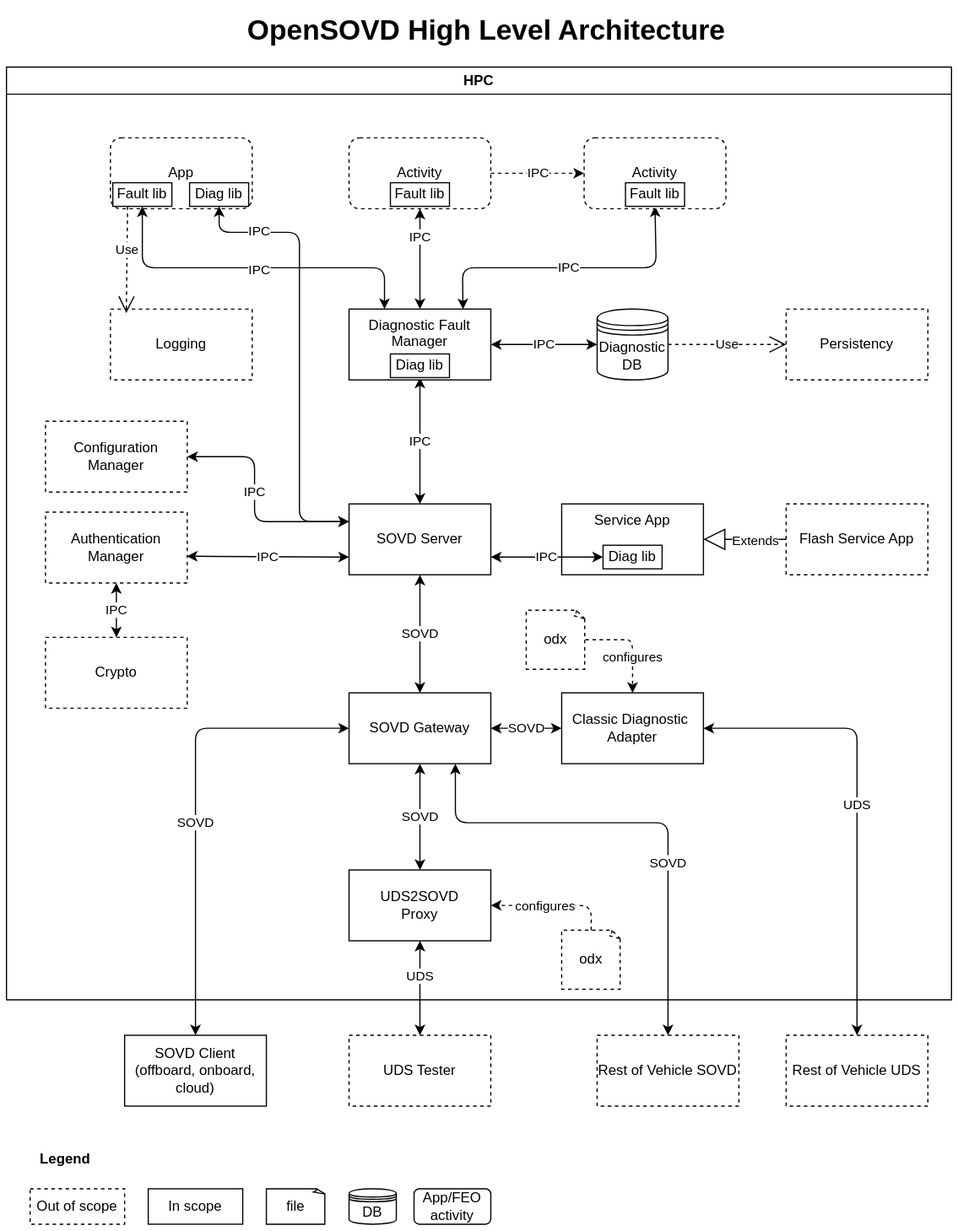
Above: docs/design/_assets/OpenSOVD-design-highlevel.drawio.svg in eclipse-opensovd/opensovd (draw.io), before the change. Source tidied: cells renumbered, new cells last; positions are measured from the earlier drawing's top-left corner, leaving out a move shared by most shapes.
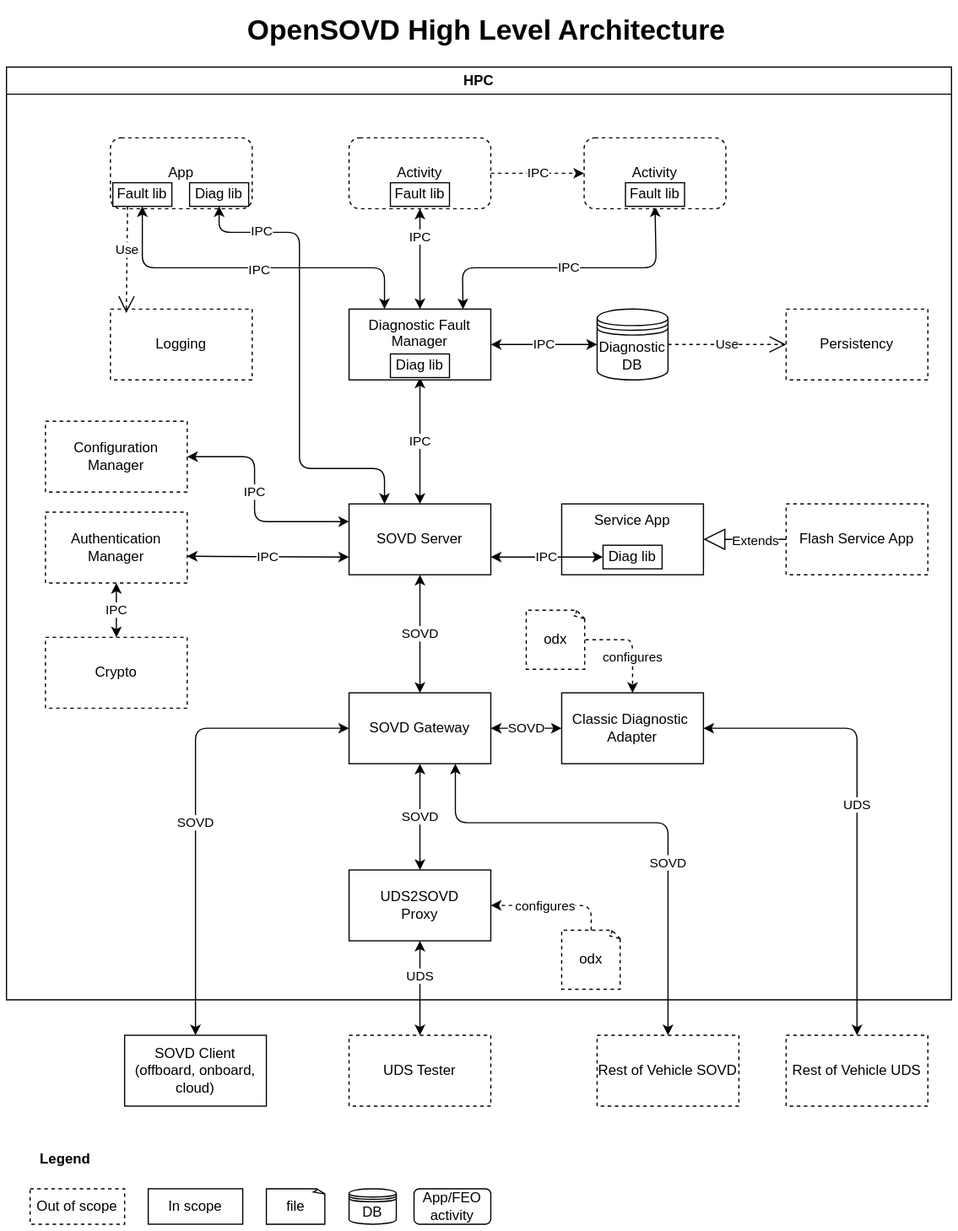
The same diagram one commit later.

Commit message:
docs(design): add example topology and entity relations

Diff of the diagram source:
```diff
@@ -219,12 +219,13 @@
     <mxCell id="60" value="Diag lib" style="rounded=0;whiteSpace=wrap;html=1;" parent="35" vertex="1">
       <mxGeometry x="505" y="405" width="50" height="20" as="geometry" />
     </mxCell>
-    <mxCell id="61" style="edgeStyle=orthogonalEdgeStyle;rounded=1;jettySize=auto;html=1;entryX=0;entryY=0.25;entryDx=0;entryDy=0;strokeColor=default;align=center;verticalAlign=middle;fontFamily=Helvetica;fontSize=11;fontColor=default;labelBackgroundColor=default;endArrow=classic;fillColor=#ffe6cc;startArrow=classic;" parent="1" edge="1" source="58" target="2">
+    <mxCell id="61" style="edgeStyle=orthogonalEdgeStyle;rounded=1;jettySize=auto;html=1;strokeColor=default;align=center;verticalAlign=middle;fontFamily=Helvetica;fontSize=11;fontColor=default;labelBackgroundColor=default;endArrow=classic;fillColor=#ffe6cc;startArrow=classic;entryX=0.25;entryY=0;entryDx=0;entryDy=0;" parent="1" edge="1" source="58" target="2">
       <mxGeometry relative="1" as="geometry">
         <Array as="points">
           <mxPoint x="180" y="191" />
           <mxPoint x="248" y="191" />
-          <mxPoint x="248" y="436" />
+          <mxPoint x="248" y="391" />
+          <mxPoint x="320" y="391" />
         </Array>
       </mxGeometry>
     </mxCell>
```
